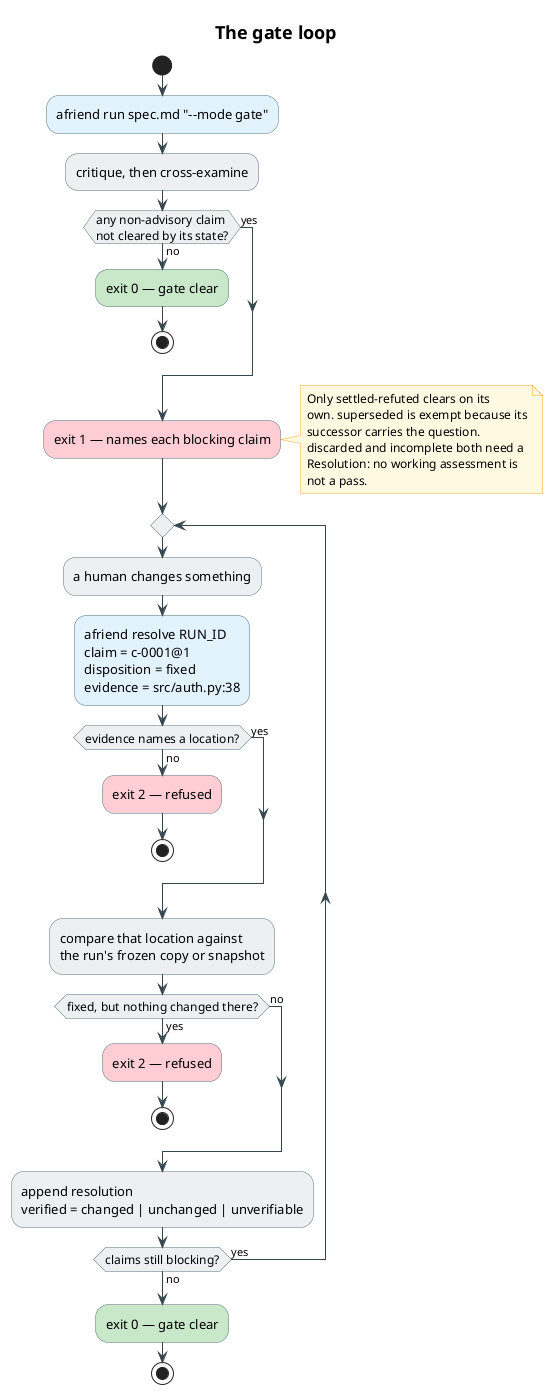
Earlier version of the PlantUML export docs/architecture/gate-workflow.png (livingstaccato/afriend).
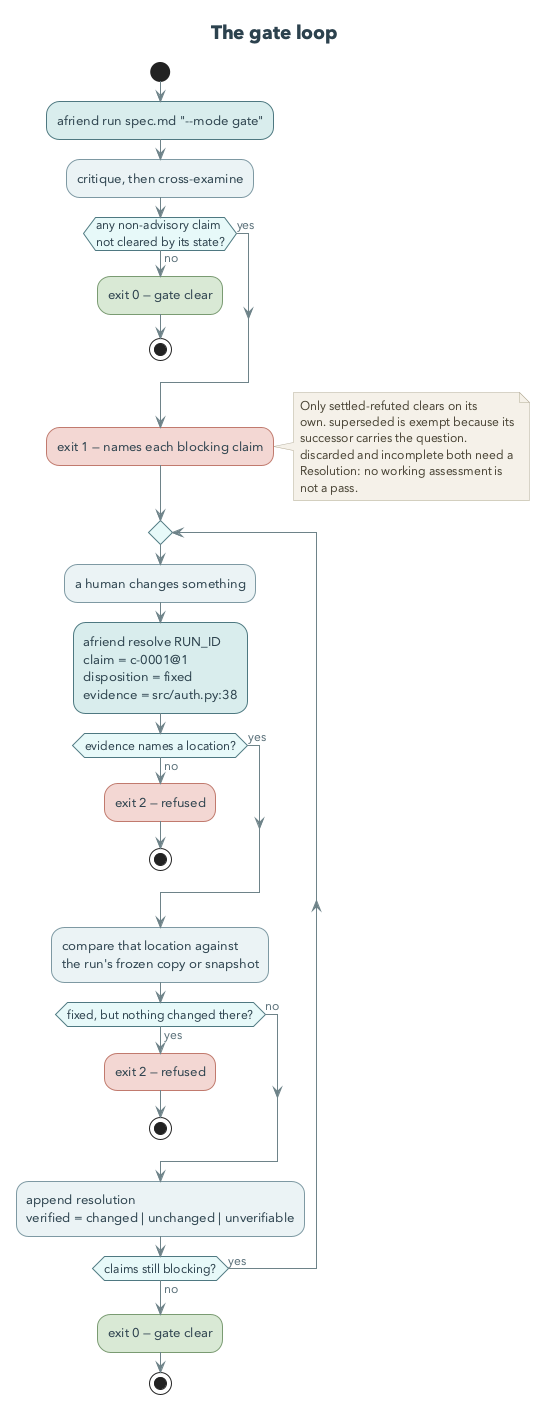
Above is the later version.

What changed in the source:
```diff
@@ -1,41 +1,68 @@
 @startuml gate-workflow
 
+
 skinparam backgroundColor #FFFFFF
-skinparam defaultFontName "Helvetica"
+skinparam defaultFontName "Avenir Next"
+skinparam defaultMonospacedFontName "SF Mono"
 skinparam defaultFontSize 13
 skinparam shadowing false
-skinparam ArrowColor #37474F
-skinparam ArrowFontSize 11
-skinparam TitleFontSize 18
+skinparam ArrowColor #6E8288
+skinparam ArrowFontColor #5B7079
+skinparam ArrowFontSize 12
+skinparam TitleFontSize 19
+skinparam TitleFontColor #2D424E
+skinparam legendBackgroundColor #F8FCFC
+skinparam legendBorderColor #A8C3CC
+skinparam legendFontSize 12
+skinparam noteBackgroundColor #F4F1E8
+skinparam noteBorderColor #B3AA97
+skinparam noteFontColor #4A4436
+skinparam noteFontSize 12
+skinparam ActivityBorderColor #7E99A3
+skinparam ActivityBackgroundColor #EAF3F4
+skinparam ActivityFontColor #2D424E
+skinparam ActivityBorderThickness 1
+skinparam ActivityDiamondBackgroundColor #E7F9F8
+skinparam ActivityDiamondBorderColor #4F7981
+skinparam ActivityDiamondFontColor #2D424E
+skinparam ActivityDiamondFontSize 12
+skinparam PartitionBorderColor #A8C3CC
+skinparam PartitionBackgroundColor #F8FCFC
+skinparam PartitionFontColor #4F7981
 
-skinparam activity {
-  BorderColor #546E7A
-  BackgroundColor #ECEFF1
-  DiamondBorderColor #546E7A
-  DiamondBackgroundColor #ECEFF1
-  FontSize 13
-  DiamondFontSize 12
+<style>
+.downgrade {
+  BackgroundColor #F6E7C8
+  LineColor #C79B4E
 }
-skinparam note {
-  BackgroundColor #FFF8E1
-  BorderColor #F9A825
-  FontSize 12
+.failed {
+  BackgroundColor #F3D7D2
+  LineColor #C07A6E
 }
+.success {
+  BackgroundColor #D9E8D5
+  LineColor #7A9B72
+}
+.command {
+  BackgroundColor #D8EDEC
+  LineColor #4F7981
+}
+</style>
 
 title The gate loop
 
 start
 
-#E3F2FD:afriend run spec.md "--mode gate";
+:afriend run spec.md "--mode gate"; <<command>>
 :critique, then cross-examine;
 
 if (any non-advisory claim\nnot cleared by its state?) then (no)
-  #C8E6C9:exit 0 — gate clear;
+  :exit 0 — gate clear; <<success>>
   stop
 else (yes)
 endif
 
-#FFCDD2:exit 1 — names each blocking claim;
+:exit 1 — names each blocking claim; <<failed>>
 
 note right
   Only settled-refuted clears on its
@@ -48,10 +75,10 @@
 
 repeat
   :a human changes something;
-  #E3F2FD:afriend resolve RUN_ID\nclaim = c-0001@1\ndisposition = fixed\nevidence = src/auth.py:38;
+  :afriend resolve RUN_ID\nclaim = c-0001@1\ndisposition = fixed\nevidence = src/auth.py:38; <<command>>
 
   if (evidence names a location?) then (no)
-    #FFCDD2:exit 2 — refused;
+    :exit 2 — refused; <<failed>>
     stop
   else (yes)
   endif
@@ -59,7 +86,7 @@
   :compare that location against\nthe run's frozen copy or snapshot;
 
   if (fixed, but nothing changed there?) then (yes)
-    #FFCDD2:exit 2 — refused;
+    :exit 2 — refused; <<failed>>
     stop
   else (no)
   endif
@@ -67,7 +94,7 @@
   :append resolution\nverified = changed | unchanged | unverifiable;
 repeat while (claims still blocking?) is (yes) not (no)
 
-#C8E6C9:exit 0 — gate clear;
+:exit 0 — gate clear; <<success>>
 stop
 
 @enduml
```
